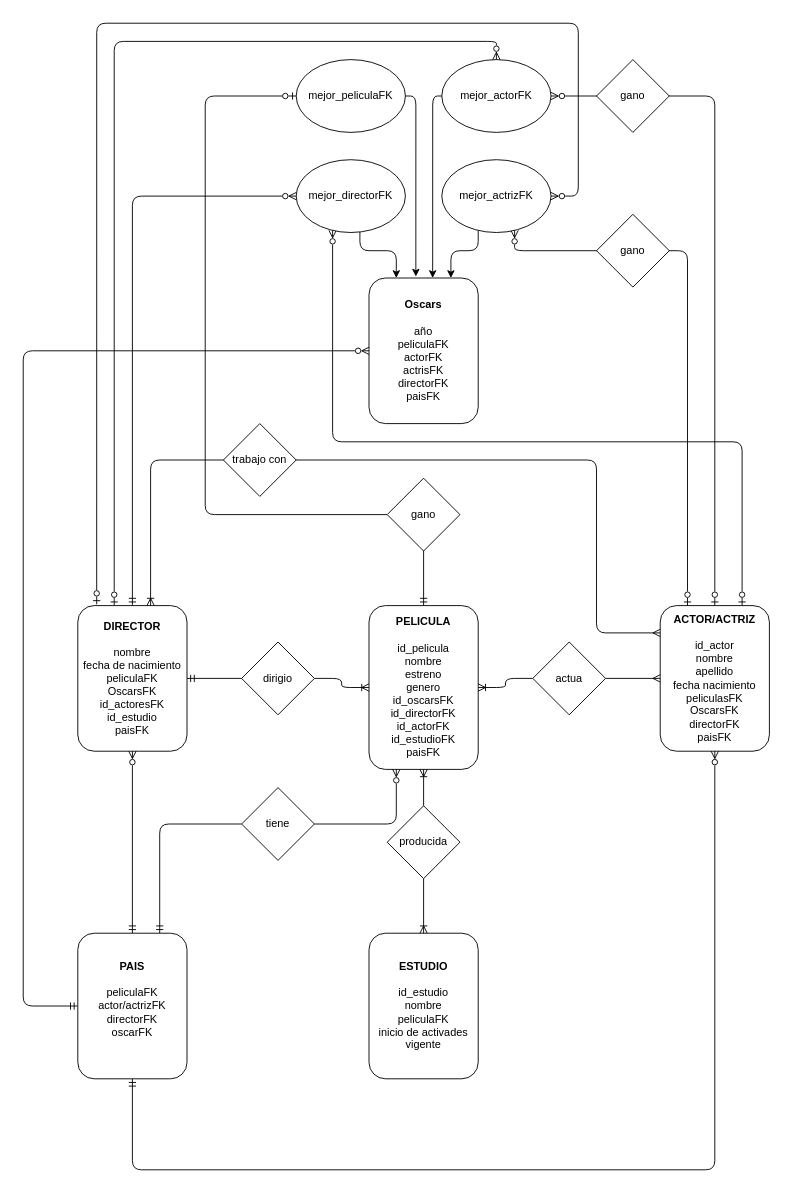
EmanuelRigo/pre-entrega-1-sql-coderhouse keeps this draw.io diagram as Diagrama.drawio. Above is the earlier version. Source tidied: cells renumbered, new cells numbered last; positions are measured from the earlier drawing's top-left corner, leaving out a move shared by most shapes. Both pictures are drawn from the tidied source at 91%, with x=0, y=0 at pixel (23, 23).
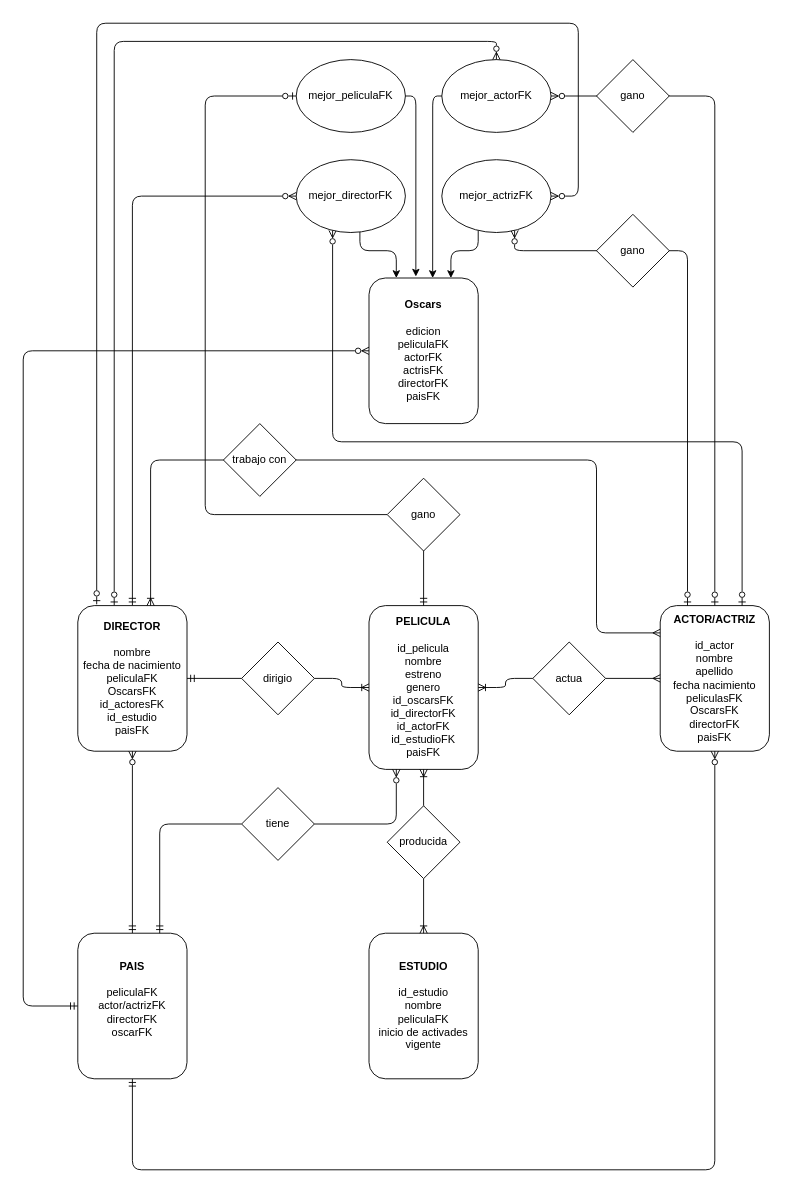
Above is the later version.

What changed in the source:
```diff
@@
-    <mxCell id="11" value="&lt;b&gt;Oscars&lt;/b&gt;&lt;div&gt;&lt;b&gt;&lt;br&gt;&lt;/b&gt;&lt;/div&gt;&lt;div&gt;año&lt;/div&gt;&lt;div&gt;peliculaFK&lt;/div&gt;&lt;div&gt;actorFK&lt;/div&gt;&lt;div&gt;actrisFK&lt;/div&gt;&lt;div&gt;directorFK&lt;/div&gt;&lt;div&gt;paisFK&lt;/div&gt;" style="rounded=1;whiteSpace=wrap;html=1;" parent="1" vertex="1">
+    <mxCell id="11" value="&lt;b&gt;Oscars&lt;/b&gt;&lt;div&gt;&lt;br&gt;&lt;/div&gt;&lt;div&gt;edicion&lt;/div&gt;&lt;div&gt;peliculaFK&lt;/div&gt;&lt;div&gt;actorFK&lt;/div&gt;&lt;div&gt;actrisFK&lt;/div&gt;&lt;div&gt;directorFK&lt;/div&gt;&lt;div&gt;paisFK&lt;/div&gt;" style="rounded=1;whiteSpace=wrap;html=1;" parent="1" vertex="1">
       <mxGeometry x="380" y="280" width="120" height="160" as="geometry" />
     </mxCell>
```
